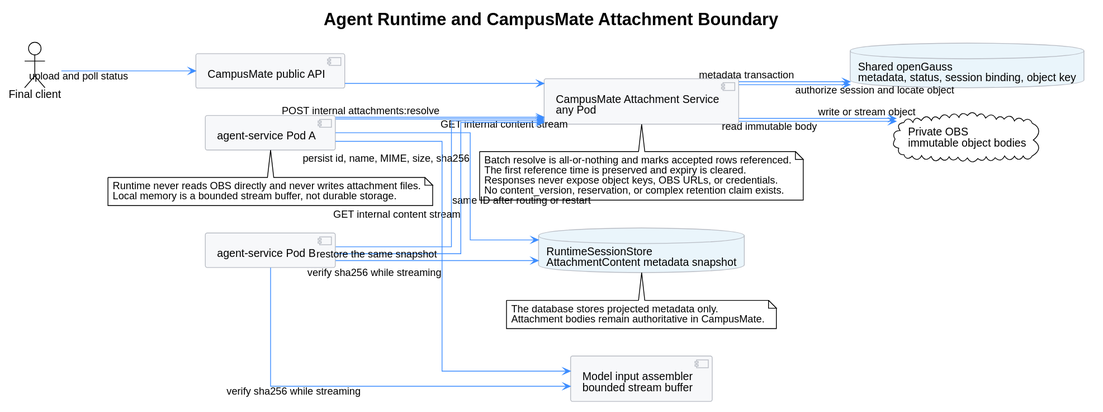
This is agent-runtime-template/runtime_attachment_service_boundary.svg from superheromeZzh/pi-mono-java-design, a PlantUML export, as it was before one commit.
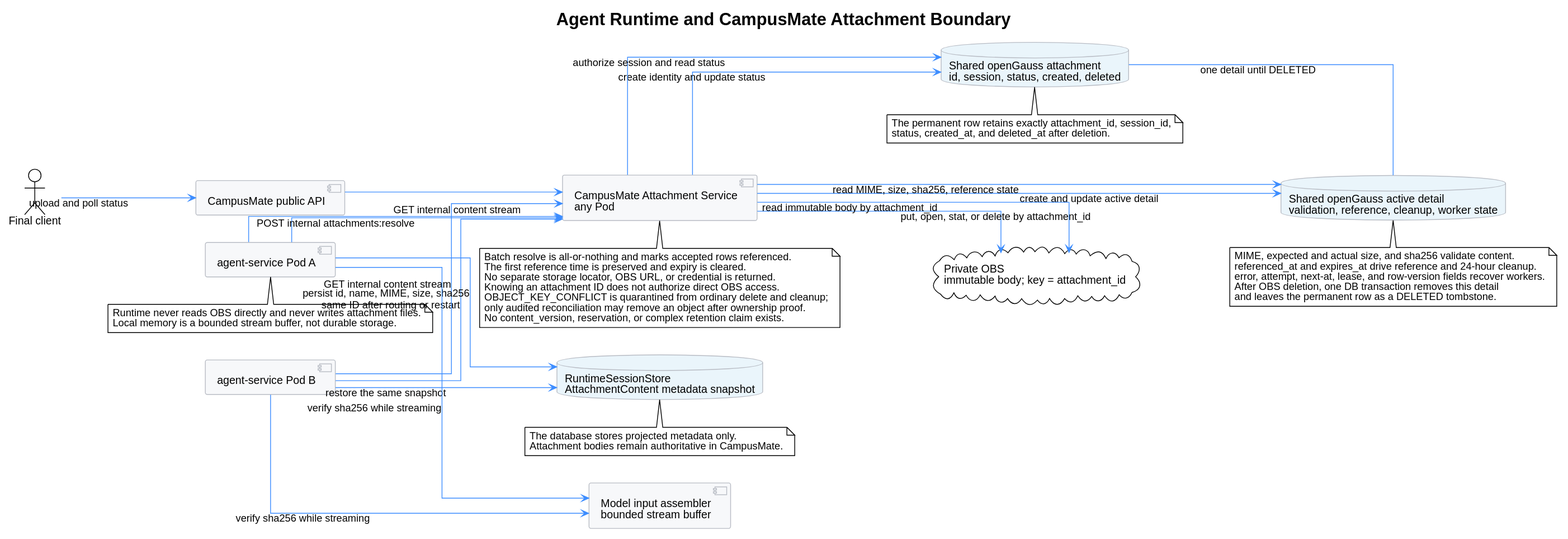
After the commit.

The edit, as a diff of the source:
```diff
@@ -16,8 +16,9 @@
 actor "Final client" as Client
 component "CampusMate public API" as PublicApi
 component "CampusMate Attachment Service\nany Pod" as AttachmentService
-database "Shared openGauss\nmetadata, status, session binding, object key" as AttachmentDb
-cloud "Private OBS\nimmutable object bodies" as Obs
+database "Shared openGauss attachment\nid, session, status, created, deleted" as AttachmentDb
+database "Shared openGauss active detail\nvalidation, reference, cleanup, worker state" as AttachmentDetail
+cloud "Private OBS\nimmutable body; key = attachment_id" as Obs
 component "agent-service Pod A" as RuntimeA
 component "agent-service Pod B" as RuntimeB
 database "RuntimeSessionStore\nAttachmentContent metadata snapshot" as RuntimeStore
@@ -25,14 +26,17 @@
 
 Client --> PublicApi : upload and poll status
 PublicApi --> AttachmentService
-AttachmentService --> AttachmentDb : metadata transaction
-AttachmentService --> Obs : write or stream object
+AttachmentService --> AttachmentDb : create identity and update status
+AttachmentService --> AttachmentDetail : create and update active detail
+AttachmentDb -- AttachmentDetail : one detail until DELETED
+AttachmentService --> Obs : put, open, stat, or delete by attachment_id
 RuntimeA --> AttachmentService : POST internal attachments:resolve
 RuntimeB --> AttachmentService : same ID after routing or restart
 RuntimeA --> AttachmentService : GET internal content stream
 RuntimeB --> AttachmentService : GET internal content stream
-AttachmentService --> AttachmentDb : authorize session and locate object
-AttachmentService --> Obs : read immutable body
+AttachmentService --> AttachmentDb : authorize session and read status
+AttachmentService --> AttachmentDetail : read MIME, size, sha256, reference state
+AttachmentService --> Obs : read immutable body by attachment_id
 RuntimeA --> RuntimeStore : persist id, name, MIME, size, sha256
 RuntimeB --> RuntimeStore : restore the same snapshot
 RuntimeA --> Assembler : verify sha256 while streaming
@@ -41,8 +45,24 @@
 note bottom of AttachmentService
   Batch resolve is all-or-nothing and marks accepted rows referenced.
   The first reference time is preserved and expiry is cleared.
-  Responses never expose object keys, OBS URLs, or credentials.
+  No separate storage locator, OBS URL, or credential is returned.
+  Knowing an attachment ID does not authorize direct OBS access.
+  OBJECT_KEY_CONFLICT is quarantined from ordinary delete and cleanup;
+  only audited reconciliation may remove an object after ownership proof.
   No content_version, reservation, or complex retention claim exists.
+end note
+
+note bottom of AttachmentDb
+  The permanent row retains exactly attachment_id, session_id,
+  status, created_at, and deleted_at after deletion.
+end note
+
+note bottom of AttachmentDetail
+  MIME, expected and actual size, and sha256 validate content.
+  referenced_at and expires_at drive reference and 24-hour cleanup.
+  error, attempt, next-at, lease, and row-version fields recover workers.
+  After OBS deletion, one DB transaction removes this detail
+  and leaves the permanent row as a DELETED tombstone.
 end note
 
 note bottom of RuntimeA
```
